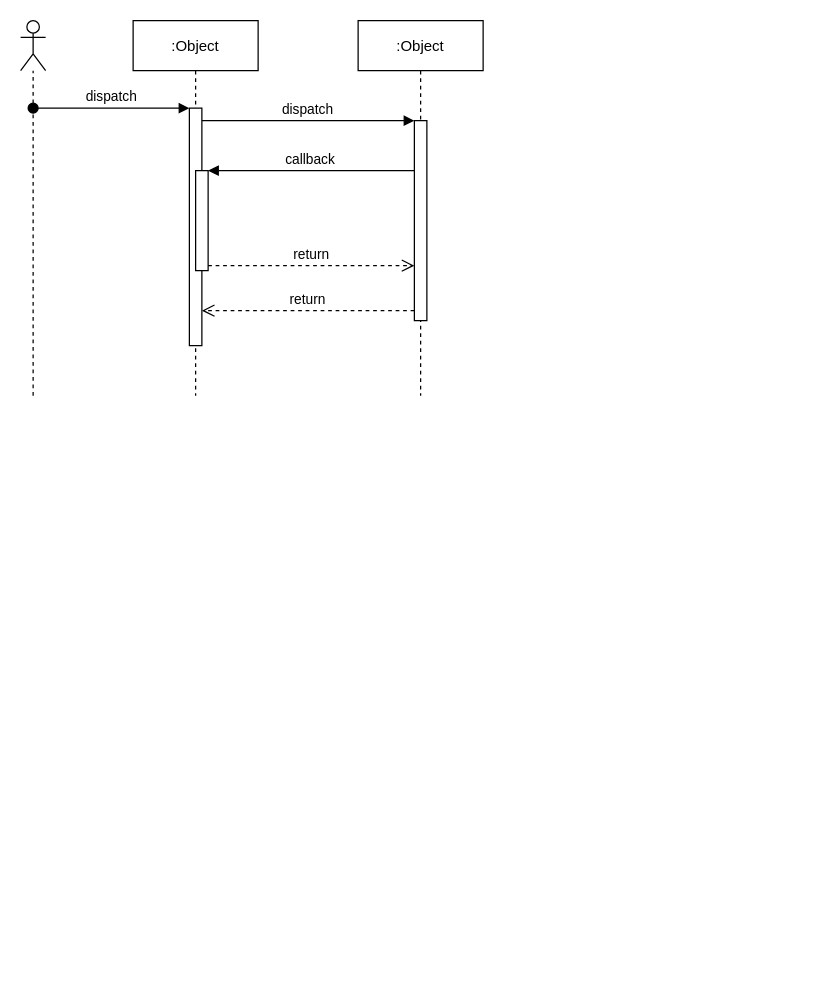
DaeronHTV/DilemmeDuPrisionnier keeps this draw.io diagram as doc/diagramme_sequence.drawio. Above is the earlier version. Source tidied: cells renumbered, new cells numbered last; positions are measured from the earlier drawing's top-left corner, leaving out a move shared by most shapes. Both pictures are drawn from the tidied source at 125%, with x=0, y=0 at pixel (20, 20).
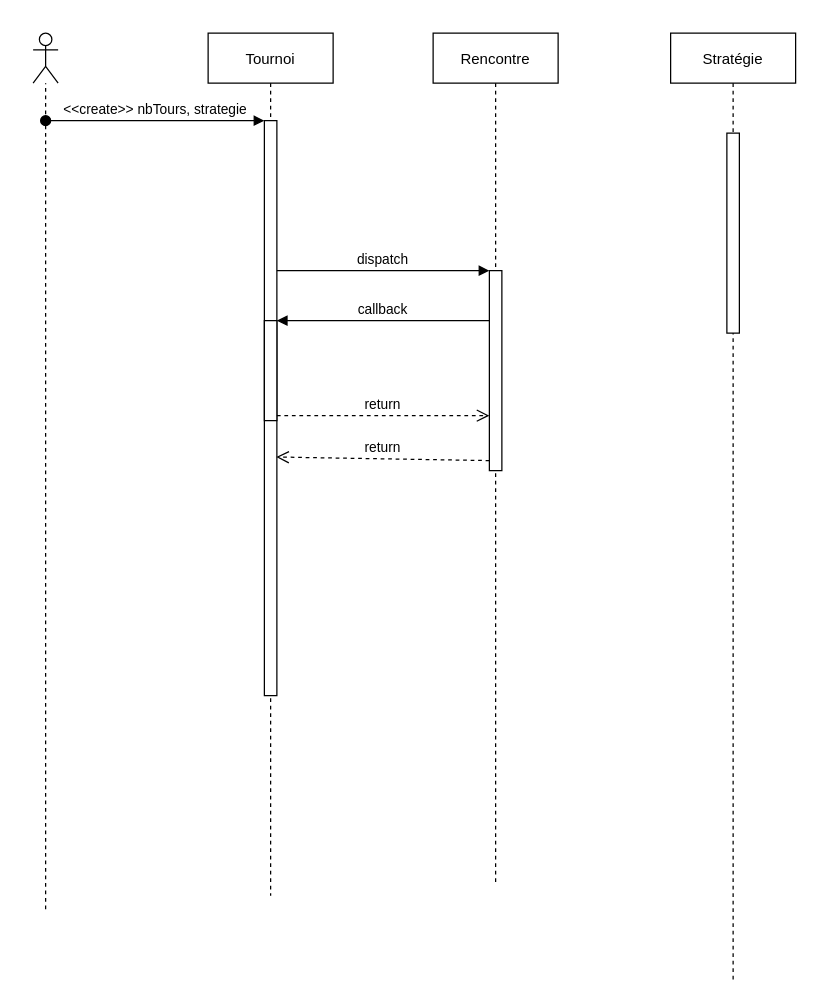
After the change.

Commit message:
maj diagramme sequence

Diff of the diagram source:
```diff
@@
 <mxGraphModel>
   <root>
     <mxCell id="0" />
     <mxCell id="1" parent="0" />
-    <mxCell id="2" value=":Object" style="shape=umlLifeline;perimeter=lifelinePerimeter;rounded=0;shadow=0;strokeWidth=1;" parent="1" vertex="1">
-      <mxGeometry x="90" width="100" height="300" as="geometry" />
-    </mxCell>
-    <mxCell id="3" style="points=[];perimeter=orthogonalPerimeter;rounded=0;shadow=0;strokeWidth=1;" parent="2" vertex="1">
-      <mxGeometry x="45" y="70" width="10" height="190" as="geometry" />
-    </mxCell>
-    <mxCell id="4" value="dispatch" style="verticalAlign=bottom;startArrow=oval;endArrow=block;startSize=8;shadow=0;strokeWidth=1;" parent="2" edge="1" target="3">
-      <mxGeometry relative="1" as="geometry">
-        <mxPoint x="-80" y="70" as="sourcePoint" />
-      </mxGeometry>
-    </mxCell>
-    <mxCell id="5" style="points=[];perimeter=orthogonalPerimeter;rounded=0;shadow=0;strokeWidth=1;" parent="2" vertex="1">
-      <mxGeometry x="50" y="120" width="10" height="80" as="geometry" />
-    </mxCell>
-    <mxCell id="6" value=":Object" style="shape=umlLifeline;perimeter=lifelinePerimeter;rounded=0;shadow=0;strokeWidth=1;" parent="1" vertex="1">
-      <mxGeometry x="270" width="100" height="300" as="geometry" />
-    </mxCell>
-    <mxCell id="7" style="points=[];perimeter=orthogonalPerimeter;rounded=0;shadow=0;strokeWidth=1;" parent="6" vertex="1">
-      <mxGeometry x="45" y="80" width="10" height="160" as="geometry" />
-    </mxCell>
+    <mxCell id="14" value="Tournoi" style="shape=umlLifeline;perimeter=lifelinePerimeter;rounded=0;shadow=0;strokeWidth=1;" parent="1" vertex="1">
+      <mxGeometry x="150" y="10" width="100" height="690" as="geometry" />
+    </mxCell>
+    <mxCell id="15" style="points=[];perimeter=orthogonalPerimeter;rounded=0;shadow=0;strokeWidth=1;" parent="14" vertex="1">
+      <mxGeometry x="45" y="70" width="10" height="460" as="geometry" />
+    </mxCell>
+    <mxCell id="16" value="&lt;&lt;create&gt;&gt; nbTours, strategie" style="verticalAlign=bottom;startArrow=oval;endArrow=block;startSize=8;shadow=0;strokeWidth=1;" parent="14" edge="1" target="15">
+      <mxGeometry relative="1" as="geometry">
+        <mxPoint x="-130" y="70" as="sourcePoint" />
+      </mxGeometry>
+    </mxCell>
+    <mxCell id="17" style="points=[];perimeter=orthogonalPerimeter;rounded=0;shadow=0;strokeWidth=1;" parent="14" vertex="1">
+      <mxGeometry x="45" y="230" width="10" height="80" as="geometry" />
+    </mxCell>
+    <mxCell id="18" value="Rencontre" style="shape=umlLifeline;perimeter=lifelinePerimeter;rounded=0;shadow=0;strokeWidth=1;" parent="1" vertex="1">
+      <mxGeometry x="330" y="10" width="100" height="680" as="geometry" />
+    </mxCell>
+    <mxCell id="19" style="points=[];perimeter=orthogonalPerimeter;rounded=0;shadow=0;strokeWidth=1;" parent="18" vertex="1">
+      <mxGeometry x="45" y="190" width="10" height="160" as="geometry" />
+    </mxCell>
-    <mxCell id="8" value="return" style="verticalAlign=bottom;endArrow=open;dashed=1;endSize=8;exitX=0;exitY=0.95;shadow=0;strokeWidth=1;" parent="1" edge="1" source="7" target="3">
+    <mxCell id="8" value="return" style="verticalAlign=bottom;endArrow=open;dashed=1;endSize=8;exitX=0;exitY=0.95;shadow=0;strokeWidth=1;entryX=0.953;entryY=0.585;entryDx=0;entryDy=0;entryPerimeter=0;" parent="1" edge="1" source="19" target="15">
       <mxGeometry relative="1" as="geometry" />
     </mxCell>
-    <mxCell id="9" value="dispatch" style="verticalAlign=bottom;endArrow=block;entryX=0;entryY=0;shadow=0;strokeWidth=1;" parent="1" edge="1" source="3" target="7">
+    <mxCell id="9" value="dispatch" style="verticalAlign=bottom;endArrow=block;entryX=0;entryY=0;shadow=0;strokeWidth=1;" parent="1" edge="1" source="15" target="19">
       <mxGeometry relative="1" as="geometry" />
     </mxCell>
-    <mxCell id="10" value="callback" style="verticalAlign=bottom;endArrow=block;entryX=1;entryY=0;shadow=0;strokeWidth=1;" parent="1" edge="1" source="7" target="5">
+    <mxCell id="10" value="callback" style="verticalAlign=bottom;endArrow=block;entryX=1;entryY=0;shadow=0;strokeWidth=1;" parent="1" edge="1" source="19" target="17">
       <mxGeometry relative="1" as="geometry" />
     </mxCell>
-    <mxCell id="11" value="return" style="verticalAlign=bottom;endArrow=open;dashed=1;endSize=8;exitX=1;exitY=0.95;shadow=0;strokeWidth=1;" parent="1" edge="1" source="5" target="7">
+    <mxCell id="11" value="return" style="verticalAlign=bottom;endArrow=open;dashed=1;endSize=8;exitX=1;exitY=0.95;shadow=0;strokeWidth=1;" parent="1" edge="1" source="17" target="19">
       <mxGeometry relative="1" as="geometry" />
     </mxCell>
-    <mxCell id="12" style="endArrow=none;dashed=1;html=1;" parent="1" edge="1">
-      <mxGeometry relative="1" as="geometry">
-        <mxPoint x="10" y="300" as="sourcePoint" />
-        <mxPoint x="10" y="40" as="targetPoint" />
-      </mxGeometry>
-    </mxCell>
-    <mxCell id="13" style="shape=umlActor;verticalLabelPosition=bottom;verticalAlign=top;html=1;" parent="1" vertex="1">
-      <mxGeometry width="20" height="40" as="geometry" />
-    </mxCell>
+    <mxCell id="20" style="endArrow=none;dashed=1;html=1;" parent="1" edge="1">
+      <mxGeometry relative="1" as="geometry">
+        <mxPoint x="20" y="710.9" as="sourcePoint" />
+        <mxPoint x="20" y="50" as="targetPoint" />
+      </mxGeometry>
+    </mxCell>
+    <mxCell id="21" style="shape=umlActor;verticalLabelPosition=bottom;verticalAlign=top;html=1;" parent="1" vertex="1">
+      <mxGeometry x="10" y="10" width="20" height="40" as="geometry" />
+    </mxCell>
+    <mxCell id="22" value="Stratégie" style="shape=umlLifeline;perimeter=lifelinePerimeter;rounded=0;shadow=0;strokeWidth=1;" parent="1" vertex="1">
+      <mxGeometry x="520" y="10" width="100" height="760" as="geometry" />
+    </mxCell>
+    <mxCell id="7" style="points=[];perimeter=orthogonalPerimeter;rounded=0;shadow=0;strokeWidth=1;" parent="22" vertex="1">
+      <mxGeometry x="45" y="80" width="10" height="160" as="geometry" />
+    </mxCell>
   </root>
 </mxGraphModel>
```
